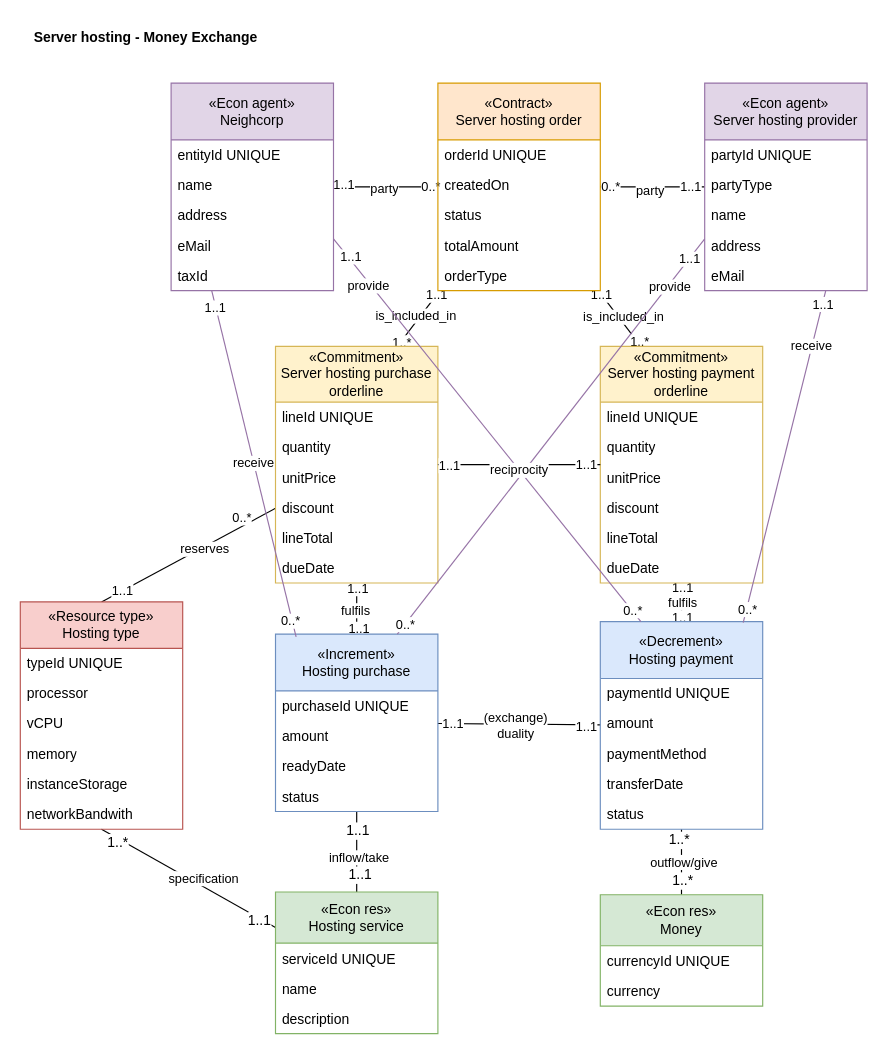
This is page "Server Hosting Exchange" (3 of 10) of media/IS1_Project_REA.drawio from tudwiglemmel/Neigh-Corp---Golden-Meadows, a draw.io file, before an edit. Source tidied: cells renumbered, new cells numbered last; positions are measured from the earlier drawing's top-left corner, leaving out a move shared by most shapes. Both pictures are drawn from the tidied source at 116%, with x=0, y=0 at pixel (20, 20).
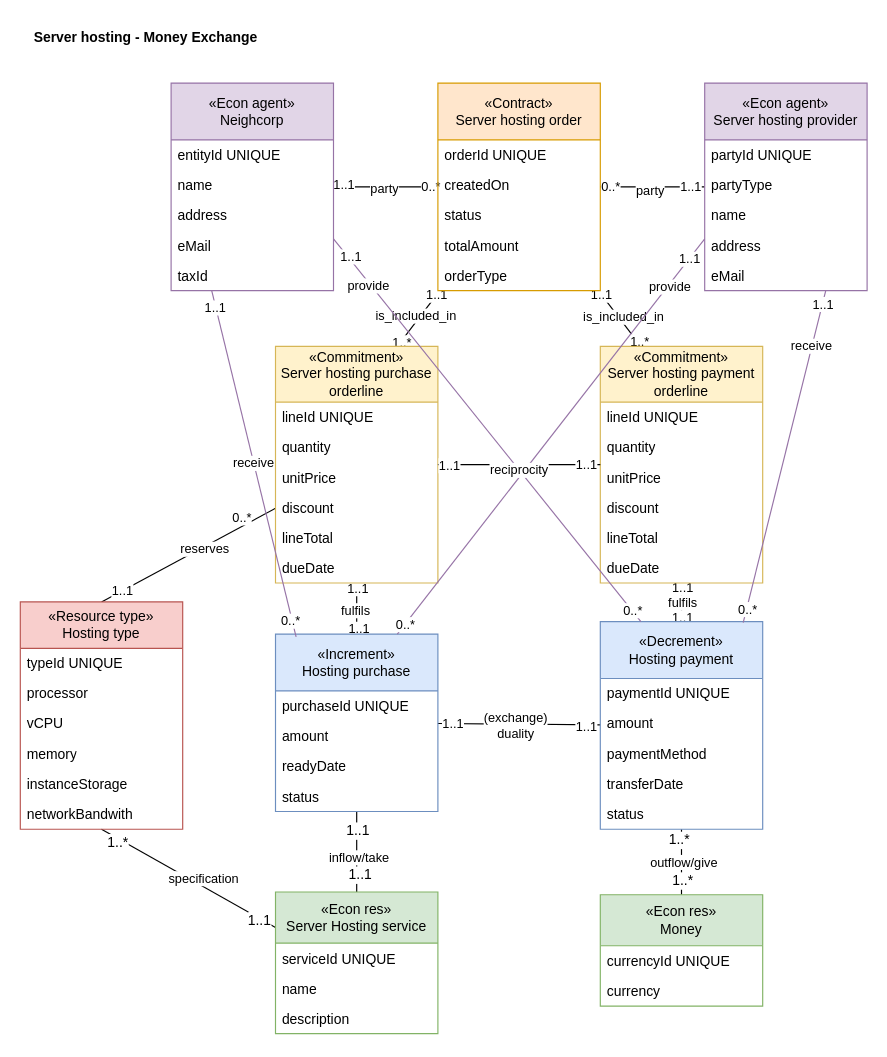
The same diagram, later.

Diff of the diagram source:
```diff
@@
-    <mxCell id="88" value="&lt;div&gt;«Econ res»&lt;/div&gt;&lt;div&gt;Hosting service&lt;/div&gt;" style="swimlane;fontStyle=0;horizontal=1;startSize=44;fillColor=#d5e8d4;whiteSpace=wrap;html=1;strokeColor=#82b366;" parent="1" vertex="1">
+    <mxCell id="88" value="&lt;div&gt;«Econ res»&lt;/div&gt;&lt;div&gt;Server Hosting service&lt;/div&gt;" style="swimlane;fontStyle=0;horizontal=1;startSize=44;fillColor=#d5e8d4;whiteSpace=wrap;html=1;strokeColor=#82b366;" parent="1" vertex="1">
       <mxGeometry x="220" y="751.5" width="140" height="122" as="geometry" />
     </mxCell>
```
